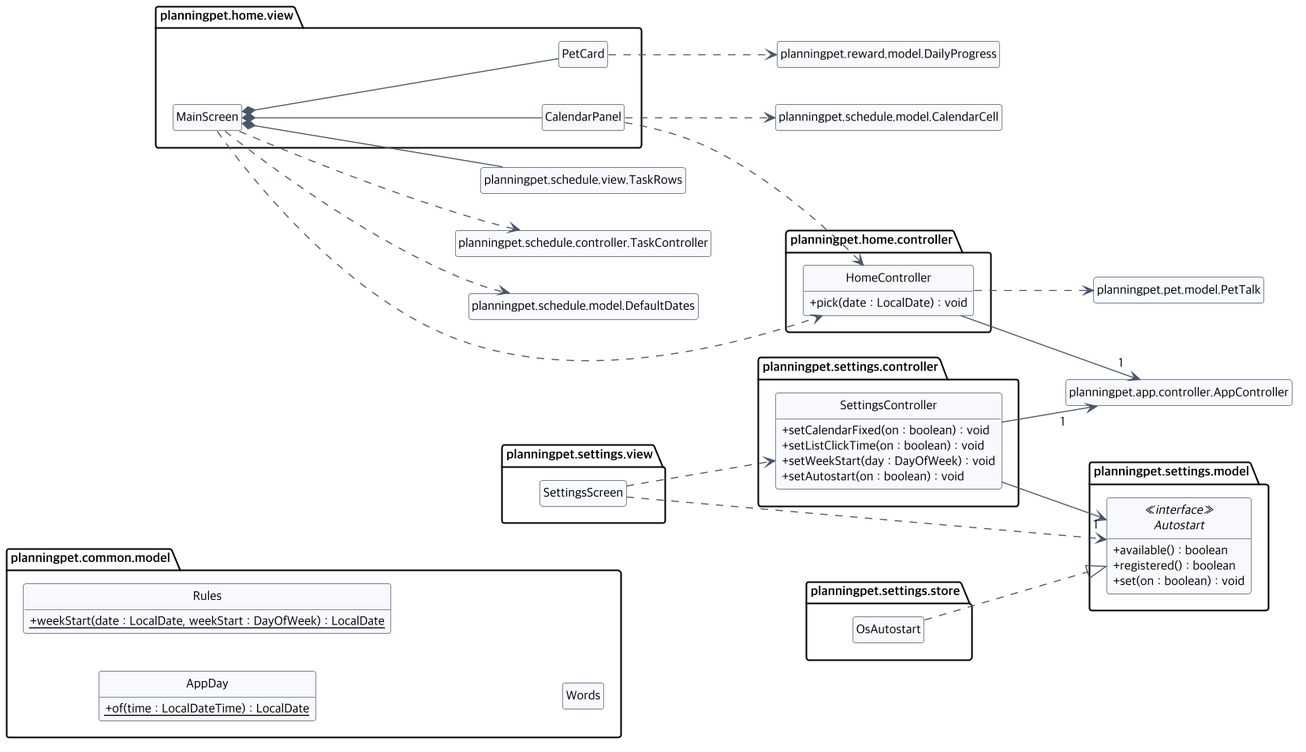
Before: docs/diagrams/class-home-settings.png, a diagram exported from PlantUML (2026-2-software-system-design-11/planning-pet-app).
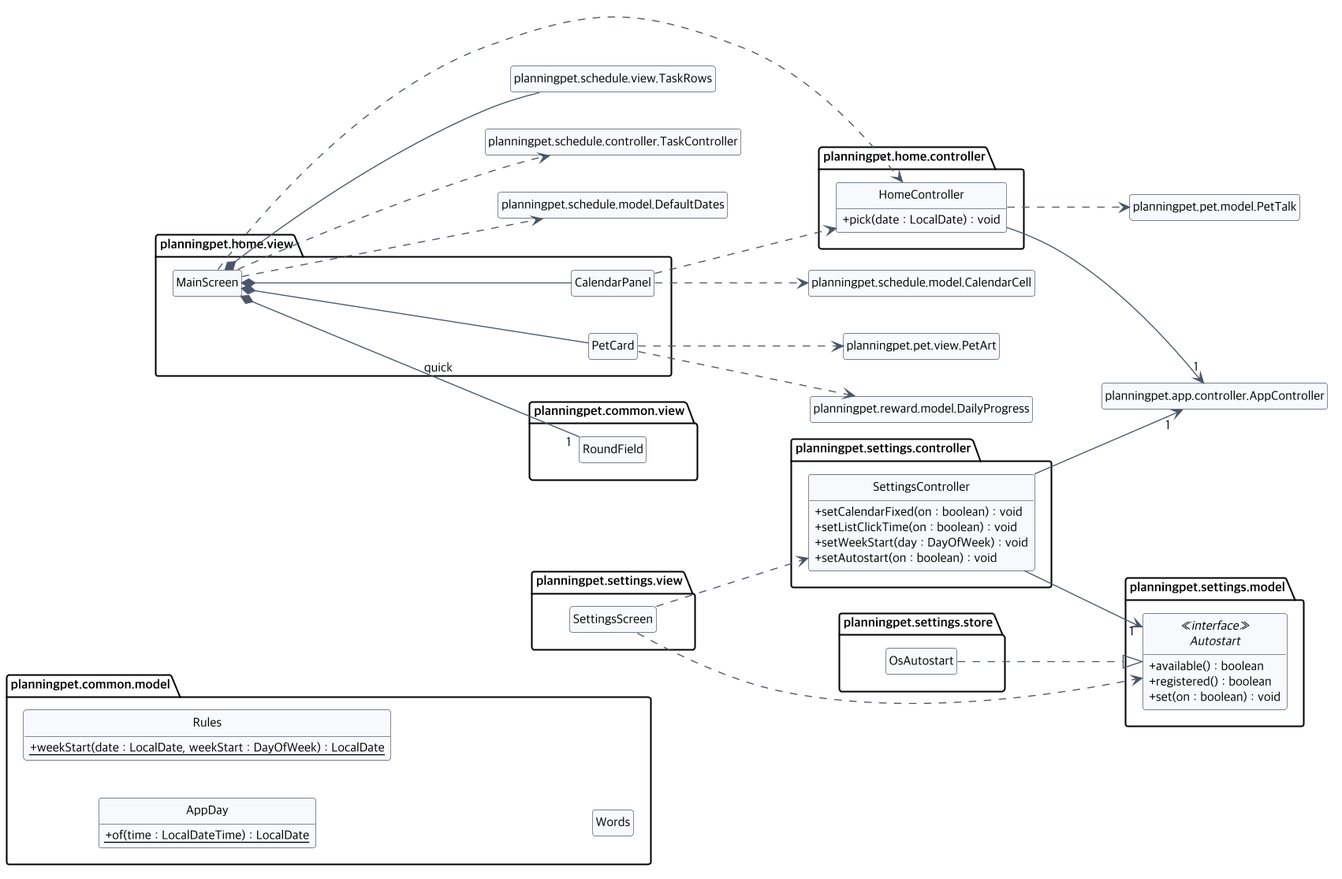
After the commit.

The edit, as a diff of the source:
```diff
@@ -41,8 +41,12 @@
   }
   class Words
 }
+package planningpet.common.view {
+  class RoundField
+}
 MainScreen *-- CalendarPanel
 MainScreen *-- PetCard
+MainScreen *-- "1" RoundField : quick
 MainScreen ..> HomeController
 MainScreen *-- planningpet.schedule.view.TaskRows
 MainScreen ..> planningpet.schedule.controller.TaskController
@@ -51,6 +55,7 @@
 HomeController ..> planningpet.pet.model.PetTalk
 CalendarPanel ..> planningpet.schedule.model.CalendarCell
 PetCard ..> planningpet.reward.model.DailyProgress
+PetCard ..> planningpet.pet.view.PetArt
 HomeController --> "1" planningpet.app.controller.AppController
 SettingsScreen ..> SettingsController
 SettingsScreen ..> Autostart
```
